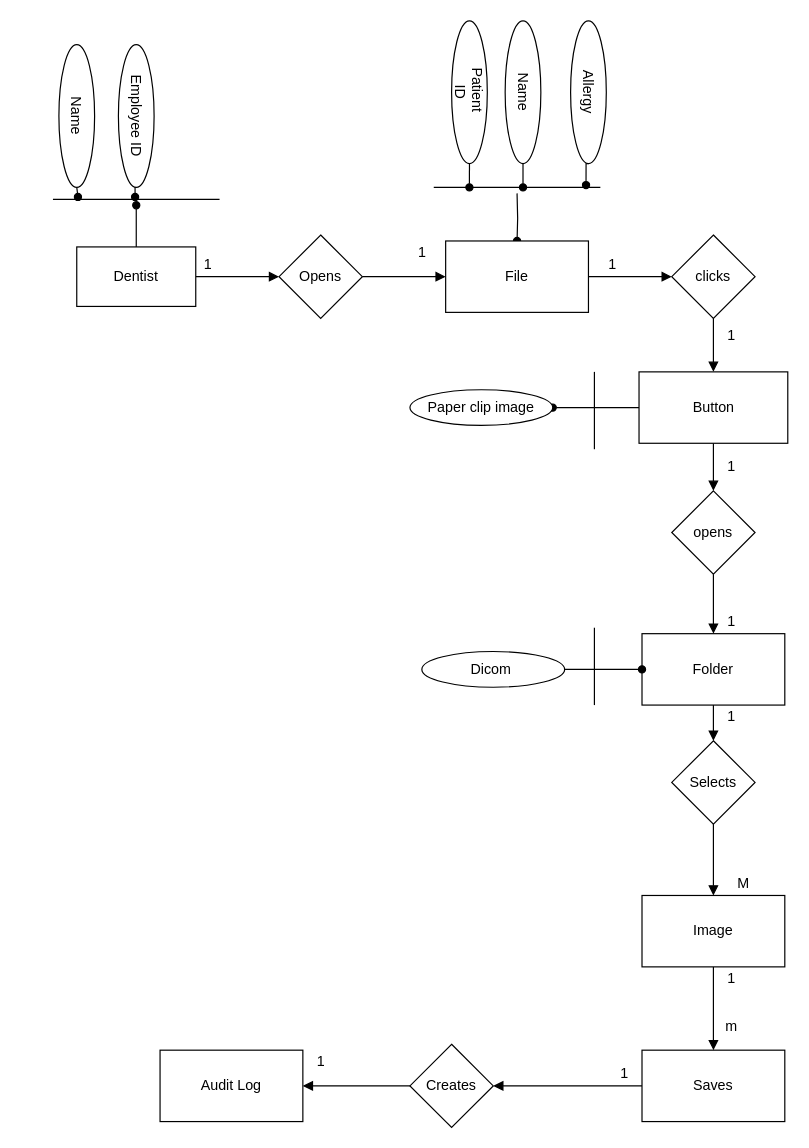
Above: page "Page-1" (1 of 2) of seq.drawio in deburca98/nuig (draw.io), before the change. Source tidied: cells renumbered, new cells numbered last; positions are measured from the earlier drawing's top-left corner, leaving out a move shared by most shapes. Both pictures are drawn from the tidied source at 119%, with x=0, y=0 at pixel (5, 74).
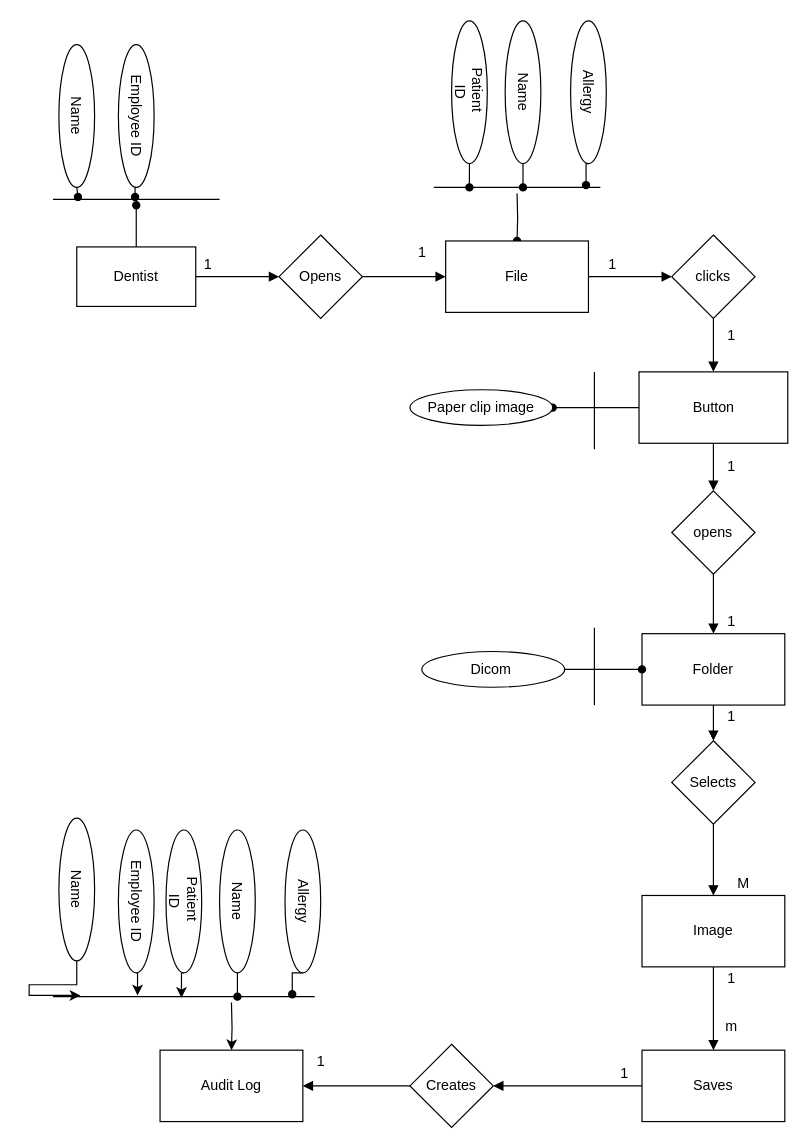
After the change.

Unchanged cells that the change refers to:
```xml
<mxCell id="4" value="Audit Log" style="rounded=0;whiteSpace=wrap;html=1;" parent="1" vertex="1">
  <mxGeometry x="130" y="820" width="120" height="60" as="geometry" />
</mxCell>
```

The edit, as a diff of the source:
```diff
@@
+    <mxCell id="57" style="edgeStyle=orthogonalEdgeStyle;rounded=0;jettySize=auto;html=1;" parent="1" edge="1" target="4">
+      <mxGeometry relative="1" as="geometry">
+        <mxPoint x="190" y="780" as="sourcePoint" />
+      </mxGeometry>
+    </mxCell>
@@
+    <mxCell id="58" style="edgeStyle=orthogonalEdgeStyle;rounded=0;jettySize=auto;html=1;exitX=1;exitY=0.5;exitDx=0;exitDy=0;entryX=0.491;entryY=0.6;entryDx=0;entryDy=0;entryPerimeter=0;" parent="1" edge="1" source="59" target="64">
+      <mxGeometry relative="1" as="geometry" />
+    </mxCell>
+    <mxCell id="59" value="Patient&amp;nbsp;&lt;br&gt;ID" style="ellipse;whiteSpace=wrap;html=1;rotation=90;" parent="1" vertex="1">
+      <mxGeometry x="90" y="680" width="120" height="30" as="geometry" />
+    </mxCell>
+    <mxCell id="60" style="edgeStyle=orthogonalEdgeStyle;rounded=0;jettySize=auto;html=1;exitX=1;exitY=0.5;exitDx=0;exitDy=0;endArrow=oval;endFill=1;" parent="1" edge="1" source="61" target="64">
+      <mxGeometry relative="1" as="geometry" />
+    </mxCell>
+    <mxCell id="61" value="Name" style="ellipse;whiteSpace=wrap;html=1;rotation=90;" parent="1" vertex="1">
+      <mxGeometry x="135" y="680" width="120" height="30" as="geometry" />
+    </mxCell>
+    <mxCell id="62" style="edgeStyle=orthogonalEdgeStyle;rounded=0;jettySize=auto;html=1;exitX=1;exitY=0.5;exitDx=0;exitDy=0;entryX=0.914;entryY=0.3;entryDx=0;entryDy=0;entryPerimeter=0;endArrow=oval;endFill=1;" parent="1" edge="1" source="63" target="64">
+      <mxGeometry relative="1" as="geometry" />
+    </mxCell>
+    <mxCell id="63" value="Allergy" style="ellipse;whiteSpace=wrap;html=1;rotation=90;" parent="1" vertex="1">
+      <mxGeometry x="190" y="680" width="120" height="30" as="geometry" />
+    </mxCell>
+    <mxCell id="64" style="line;strokeWidth=1;fillColor=none;align=left;verticalAlign=middle;spacingTop=-1;spacingLeft=3;spacingRight=3;labelPosition=right;points=[];portConstraint=eastwest;" parent="1" vertex="1">
+      <mxGeometry x="40" y="770" width="220" height="10" as="geometry" />
+    </mxCell>
+    <mxCell id="65" style="edgeStyle=orthogonalEdgeStyle;rounded=0;jettySize=auto;html=1;entryX=0.105;entryY=0.4;entryDx=0;entryDy=0;entryPerimeter=0;" parent="1" edge="1" source="66" target="64">
+      <mxGeometry relative="1" as="geometry" />
+    </mxCell>
+    <mxCell id="66" value="Name" style="ellipse;whiteSpace=wrap;html=1;rotation=90;" parent="1" vertex="1">
+      <mxGeometry y="670" width="120" height="30" as="geometry" />
+    </mxCell>
+    <mxCell id="67" style="edgeStyle=orthogonalEdgeStyle;rounded=0;jettySize=auto;html=1;exitX=1;exitY=0.5;exitDx=0;exitDy=0;entryX=0.323;entryY=0.4;entryDx=0;entryDy=0;entryPerimeter=0;" parent="1" edge="1" source="68" target="64">
+      <mxGeometry relative="1" as="geometry" />
+    </mxCell>
+    <mxCell id="68" value="Employee ID" style="ellipse;whiteSpace=wrap;html=1;rotation=90;" parent="1" vertex="1">
+      <mxGeometry x="50" y="680" width="120" height="30" as="geometry" />
+    </mxCell>
```
